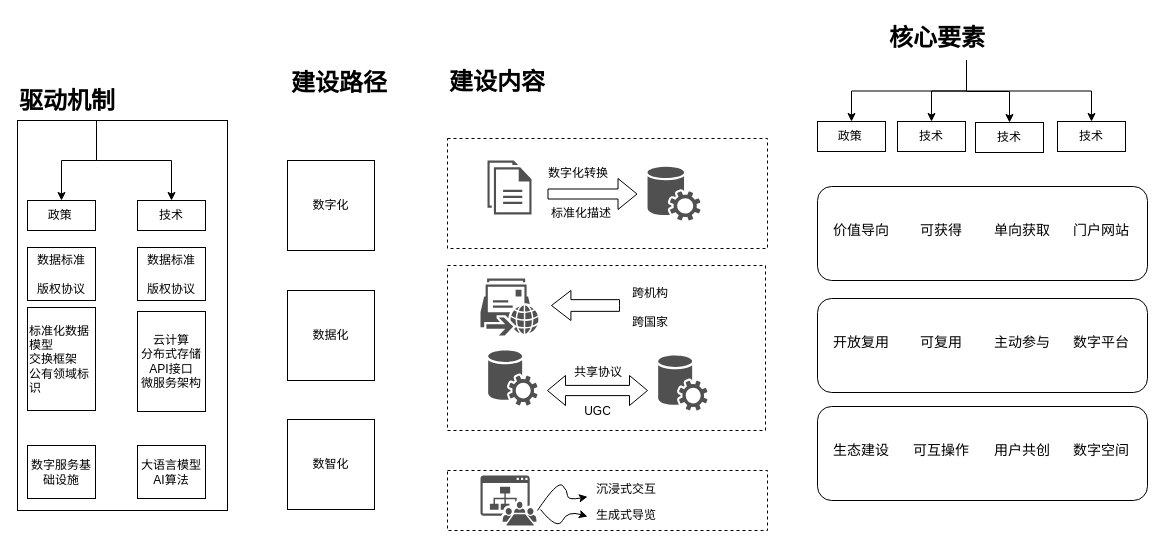
Utah-wu/draw.io keeps this draw.io diagram as 小宝架构1.drawio. Above is the earlier version. Source tidied: cells renumbered, new cells numbered last; positions are measured from the earlier drawing's top-left corner, leaving out a move shared by most shapes. Both pictures are drawn from the tidied source at 100%, with x=0, y=0 at pixel (17, 17).
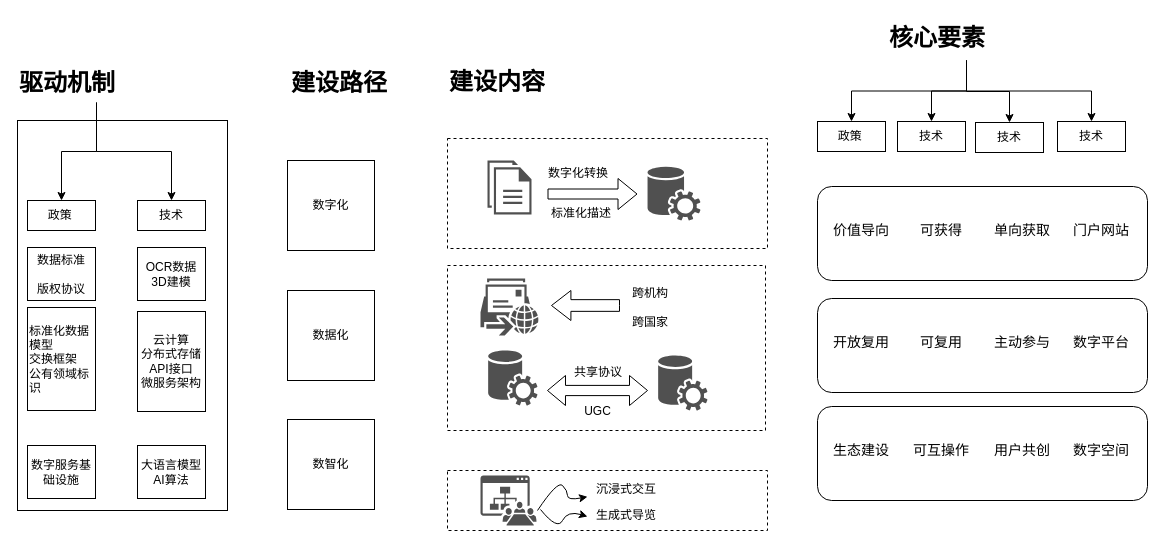
After the change.

Commit message:
更新小宝架构1.drawio

The edit, as a diff of the source:
```diff
@@
     <mxCell id="31" value="&lt;h1 style=&quot;margin-top: 0px;&quot;&gt;驱动机制&lt;/h1&gt;" style="text;html=1;whiteSpace=wrap;overflow=hidden;rounded=0;" parent="1" vertex="1">
-      <mxGeometry y="63" width="158" height="40" as="geometry" />
+      <mxGeometry y="45" width="158" height="40" as="geometry" />
     </mxCell>
@@
-    <mxCell id="38" value="数据标准&lt;div&gt;&lt;br&gt;&lt;/div&gt;&lt;div&gt;版权协议&lt;/div&gt;" style="rounded=0;whiteSpace=wrap;html=1;" parent="1" vertex="1">
+    <mxCell id="38" value="OCR数据&lt;div&gt;3D建模&lt;/div&gt;" style="rounded=0;whiteSpace=wrap;html=1;" parent="1" vertex="1">
       <mxGeometry x="120" y="230" width="68" height="53" as="geometry" />
     </mxCell>
```
